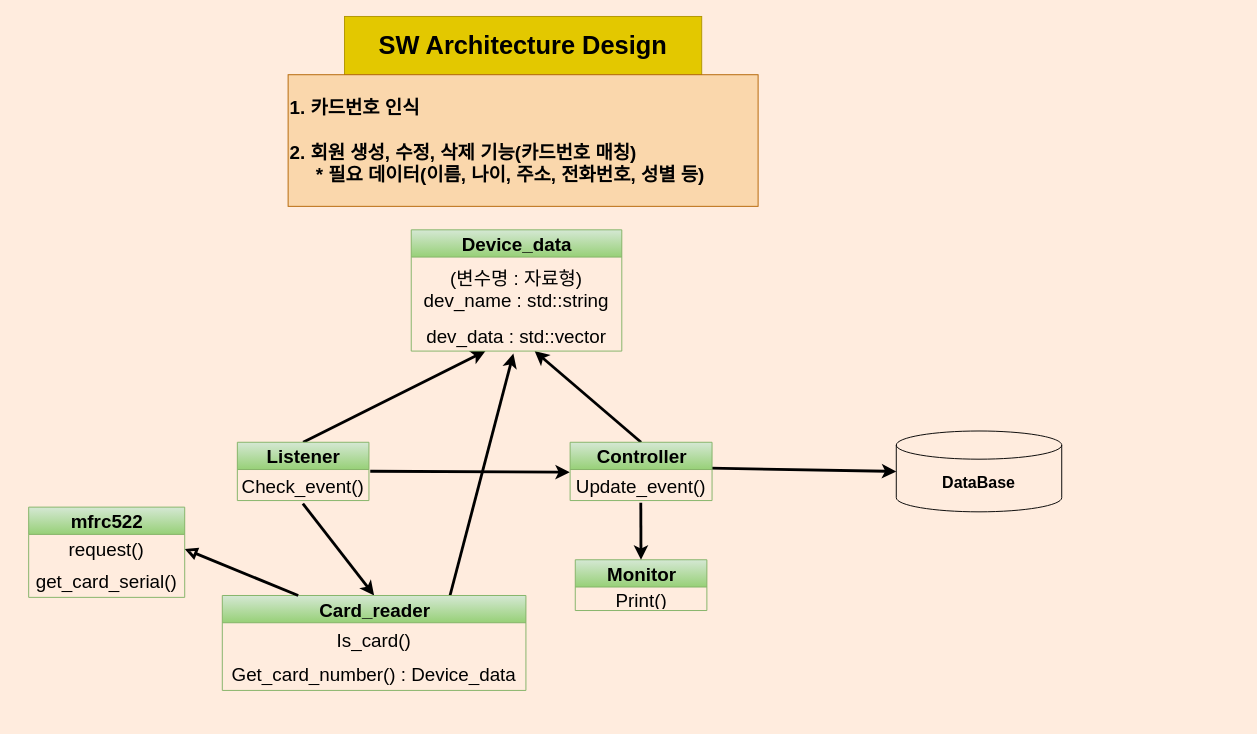
The draw.io diagram sw_design/Golf_member_manager_design.drawio in YongSinPark/Golf_member_manager, before the edit. Source tidied: cells renumbered, new cells numbered last; positions are measured from the earlier drawing's top-left corner, leaving out a move shared by most shapes. Both pictures are drawn from the tidied source at 94%, with x=0, y=0 at pixel (28, 16).
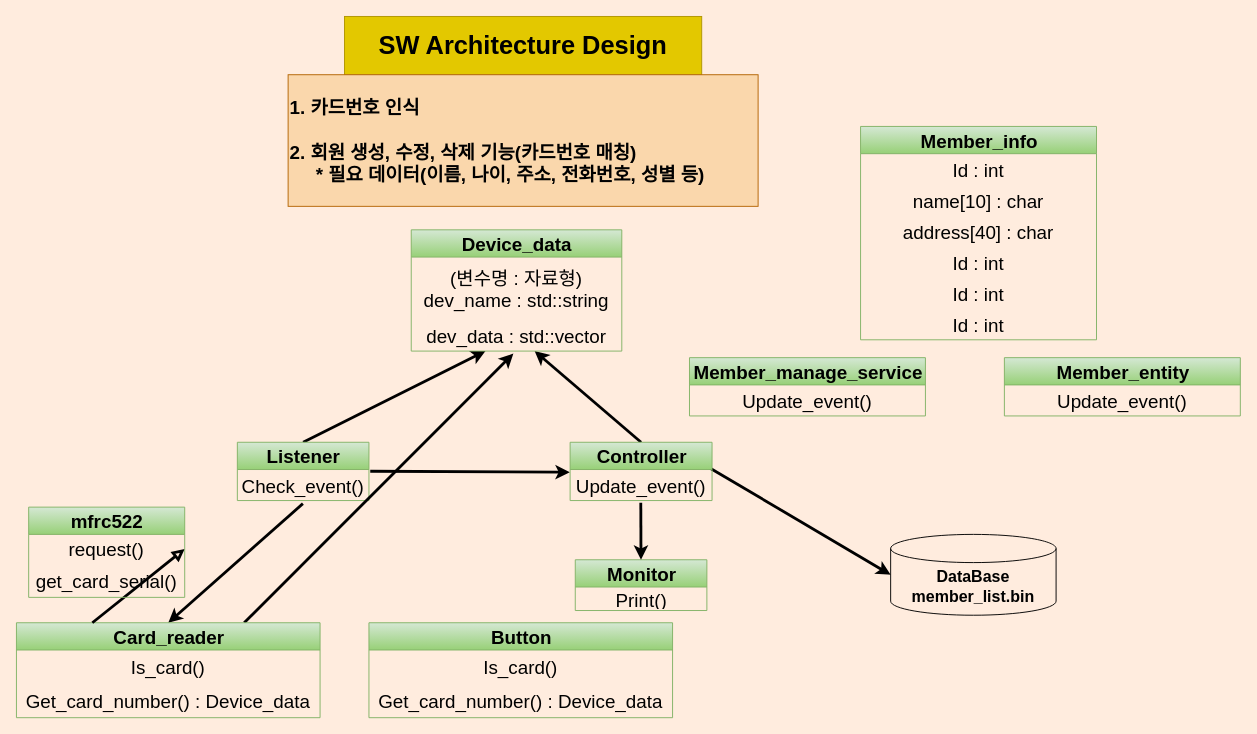
Above is the later version.

Change to the diagram source:
```diff
@@
     <mxCell id="12" value="&lt;font color=&quot;#000000&quot;&gt;Card_reader&lt;/font&gt;" style="swimlane;fontStyle=1;align=center;verticalAlign=middle;horizontal=1;startSize=29;html=1;fontSize=20;fillColor=#d5e8d4;gradientColor=#97d077;strokeColor=#82b366;" parent="1" vertex="1">
-      <mxGeometry x="206" y="616" width="323" height="101" as="geometry" />
+      <mxGeometry x="-13" y="645" width="323" height="101" as="geometry" />
     </mxCell>
@@
-    <mxCell id="27" value="&lt;font color=&quot;#000000&quot; size=&quot;1&quot;&gt;&lt;b style=&quot;font-size: 17px&quot;&gt;DataBase&lt;/b&gt;&lt;/font&gt;" style="shape=cylinder3;whiteSpace=wrap;html=1;boundedLbl=1;backgroundOutline=1;size=15;fillColor=none;strokeColor=#000000;" parent="1" vertex="1">
-      <mxGeometry x="923" y="441" width="176" height="86" as="geometry" />
+    <mxCell id="27" value="&lt;font color=&quot;#000000&quot; size=&quot;1&quot;&gt;&lt;b style=&quot;font-size: 17px&quot;&gt;DataBase&lt;br&gt;member_list.bin&lt;br&gt;&lt;/b&gt;&lt;/font&gt;" style="shape=cylinder3;whiteSpace=wrap;html=1;boundedLbl=1;backgroundOutline=1;size=15;fillColor=none;strokeColor=#000000;" parent="1" vertex="1">
+      <mxGeometry x="917" y="551" width="176" height="86" as="geometry" />
     </mxCell>
+    <mxCell id="28" value="&lt;font color=&quot;#000000&quot;&gt;Member_manage_service&lt;/font&gt;" style="swimlane;fontStyle=1;align=center;verticalAlign=middle;horizontal=1;startSize=29;html=1;fontSize=20;fillColor=#d5e8d4;strokeColor=#82b366;gradientColor=#97d077;" parent="1" vertex="1">
+      <mxGeometry x="703" y="363" width="251" height="62" as="geometry" />
+    </mxCell>
+    <mxCell id="29" value="Update_event()" style="text;html=1;strokeColor=none;fillColor=none;align=center;verticalAlign=middle;spacingLeft=4;spacingRight=4;overflow=hidden;fontSize=20;fontColor=#000000;" parent="28" vertex="1">
+      <mxGeometry y="29" width="251" height="33" as="geometry" />
+    </mxCell>
+    <mxCell id="30" value="&lt;font color=&quot;#000000&quot;&gt;Member_entity&lt;/font&gt;" style="swimlane;fontStyle=1;align=center;verticalAlign=middle;horizontal=1;startSize=29;html=1;fontSize=20;fillColor=#d5e8d4;strokeColor=#82b366;gradientColor=#97d077;" parent="1" vertex="1">
+      <mxGeometry x="1038" y="363" width="251" height="62" as="geometry" />
+    </mxCell>
+    <mxCell id="31" value="Update_event()" style="text;html=1;strokeColor=none;fillColor=none;align=center;verticalAlign=middle;spacingLeft=4;spacingRight=4;overflow=hidden;fontSize=20;fontColor=#000000;" parent="30" vertex="1">
+      <mxGeometry y="29" width="251" height="33" as="geometry" />
+    </mxCell>
+    <mxCell id="32" value="&lt;font color=&quot;#000000&quot;&gt;Member_info&lt;/font&gt;" style="swimlane;fontStyle=1;align=center;verticalAlign=middle;horizontal=1;startSize=29;html=1;fontSize=20;fillColor=#d5e8d4;strokeColor=#82b366;gradientColor=#97d077;" parent="1" vertex="1">
+      <mxGeometry x="885" y="117" width="251" height="227" as="geometry" />
+    </mxCell>
+    <mxCell id="33" value="Id : int" style="text;html=1;strokeColor=none;fillColor=none;align=center;verticalAlign=middle;spacingLeft=4;spacingRight=4;overflow=hidden;fontSize=20;fontColor=#000000;" parent="32" vertex="1">
+      <mxGeometry y="29" width="251" height="33" as="geometry" />
+    </mxCell>
+    <mxCell id="34" value="name[10] : char" style="text;html=1;strokeColor=none;fillColor=none;align=center;verticalAlign=middle;spacingLeft=4;spacingRight=4;overflow=hidden;fontSize=20;fontColor=#000000;" parent="32" vertex="1">
+      <mxGeometry y="62" width="251" height="33" as="geometry" />
+    </mxCell>
+    <mxCell id="35" value="address[40] : char" style="text;html=1;strokeColor=none;fillColor=none;align=center;verticalAlign=middle;spacingLeft=4;spacingRight=4;overflow=hidden;fontSize=20;fontColor=#000000;" parent="32" vertex="1">
+      <mxGeometry y="95" width="251" height="33" as="geometry" />
+    </mxCell>
+    <mxCell id="36" value="Id : int" style="text;html=1;strokeColor=none;fillColor=none;align=center;verticalAlign=middle;spacingLeft=4;spacingRight=4;overflow=hidden;fontSize=20;fontColor=#000000;" parent="32" vertex="1">
+      <mxGeometry y="128" width="251" height="33" as="geometry" />
+    </mxCell>
+    <mxCell id="37" value="Id : int" style="text;html=1;strokeColor=none;fillColor=none;align=center;verticalAlign=middle;spacingLeft=4;spacingRight=4;overflow=hidden;fontSize=20;fontColor=#000000;" parent="32" vertex="1">
+      <mxGeometry y="161" width="251" height="33" as="geometry" />
+    </mxCell>
+    <mxCell id="38" value="Id : int" style="text;html=1;strokeColor=none;fillColor=none;align=center;verticalAlign=middle;spacingLeft=4;spacingRight=4;overflow=hidden;fontSize=20;fontColor=#000000;" parent="32" vertex="1">
+      <mxGeometry y="194" width="251" height="33" as="geometry" />
+    </mxCell>
+    <mxCell id="39" value="&lt;font color=&quot;#000000&quot;&gt;Button&lt;/font&gt;" style="swimlane;fontStyle=1;align=center;verticalAlign=middle;horizontal=1;startSize=29;html=1;fontSize=20;fillColor=#d5e8d4;gradientColor=#97d077;strokeColor=#82b366;" parent="1" vertex="1">
+      <mxGeometry x="362" y="645" width="323" height="101" as="geometry" />
+    </mxCell>
+    <mxCell id="40" value="Is_card()" style="text;html=1;strokeColor=none;fillColor=none;align=center;verticalAlign=middle;spacingLeft=4;spacingRight=4;overflow=hidden;fontSize=20;fontColor=#000000;" parent="39" vertex="1">
+      <mxGeometry y="29" width="323" height="36" as="geometry" />
+    </mxCell>
+    <mxCell id="41" value="Get_card_number() : Device_data" style="text;html=1;strokeColor=none;fillColor=none;align=center;verticalAlign=middle;spacingLeft=4;spacingRight=4;overflow=hidden;fontSize=20;fontColor=#000000;" parent="39" vertex="1">
+      <mxGeometry y="65" width="323" height="36" as="geometry" />
+    </mxCell>
```
